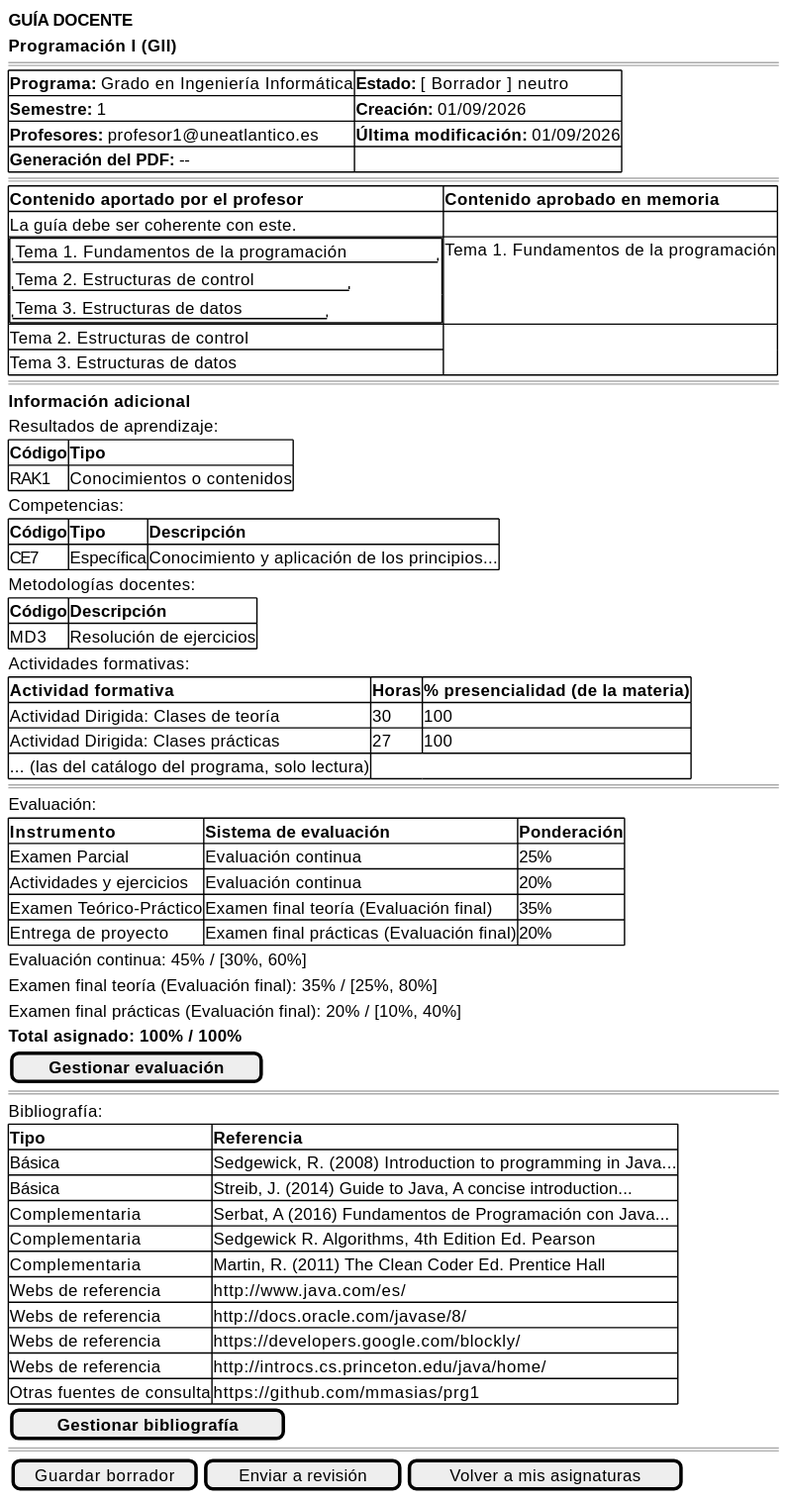
Earlier version of the PlantUML export images/RUP/01-requisitos/03-detalle-casos-uso/abrirGuia/wireframe-profesor.svg (mmasias/pyCeldaPublico).
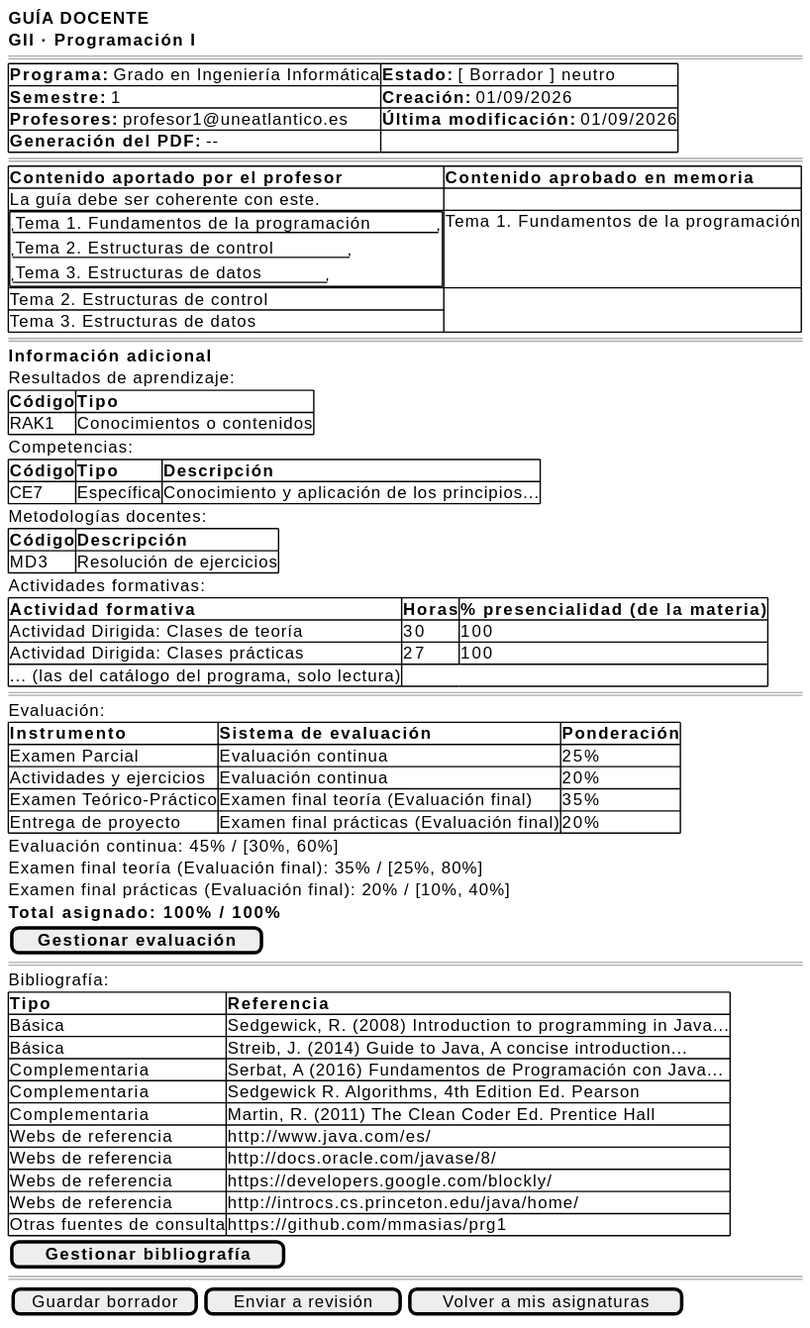
Later version of the same file.

The edit, as a diff of the source:
```diff
@@ -1,7 +1,7 @@
 @startsalt abrirGuia-wireframe-profesor
 {
     <b>GUÍA DOCENTE</b>
-    <b>Programación I (GII)</b>
+    <b>GII · Programación I</b>
     ====
     {#
         <b>Programa:</b> Grado en Ingeniería Informática | <b>Estado:</b> [ Borrador ] neutro
```
